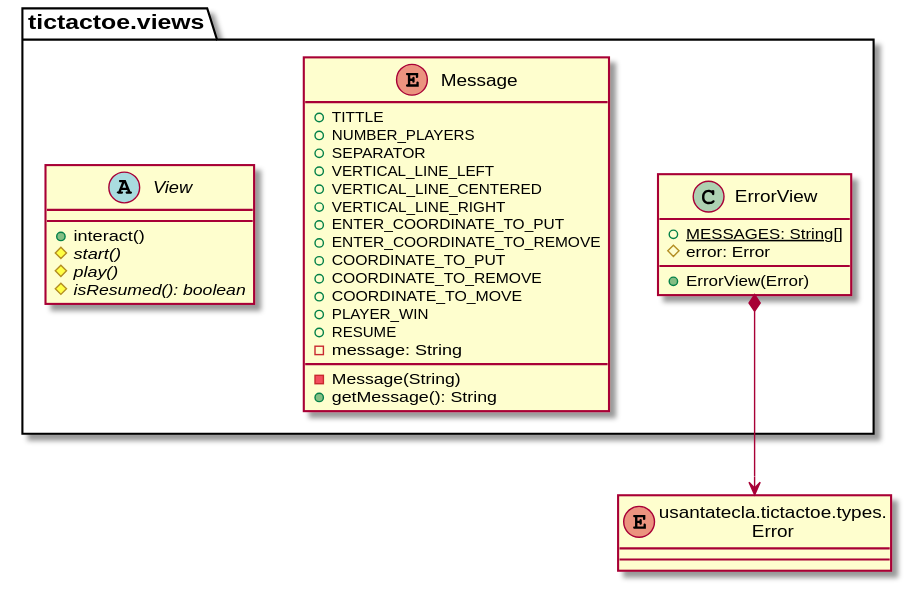
Earlier version of the PlantUML export modelViewPresenter/presentationModel/withFacade/docs/diagrams/out/paquetes/paqueteTicTactoeViews.svg (Jolucaa/USantaTecla-project-ticTacToe). Its diagram source:
```plantuml
@startuml
enum Error as "usantatecla.tictactoe.types.\nError" {}

class tictactoe.views.ErrorView{
  + {static} MESSAGES: String[]
  # error: Error
  + ErrorView(Error)
}
tictactoe.views.ErrorView *-down-> Error

enum tictactoe.views.Message{
  + TITTLE
  + NUMBER_PLAYERS
  + SEPARATOR
  + VERTICAL_LINE_LEFT
  + VERTICAL_LINE_CENTERED
  + VERTICAL_LINE_RIGHT
  + ENTER_COORDINATE_TO_PUT
  + ENTER_COORDINATE_TO_REMOVE
  + COORDINATE_TO_PUT
  + COORDINATE_TO_REMOVE
  + COORDINATE_TO_MOVE
  + PLAYER_WIN
  + RESUME
  - message: String
  - Message(String)
  + getMessage(): String
}

abstract class tictactoe.views.View {
  + interact()
  # {abstract} start()
  # {abstract} play()
  # {abstract} isResumed(): boolean
}
@enduml
```
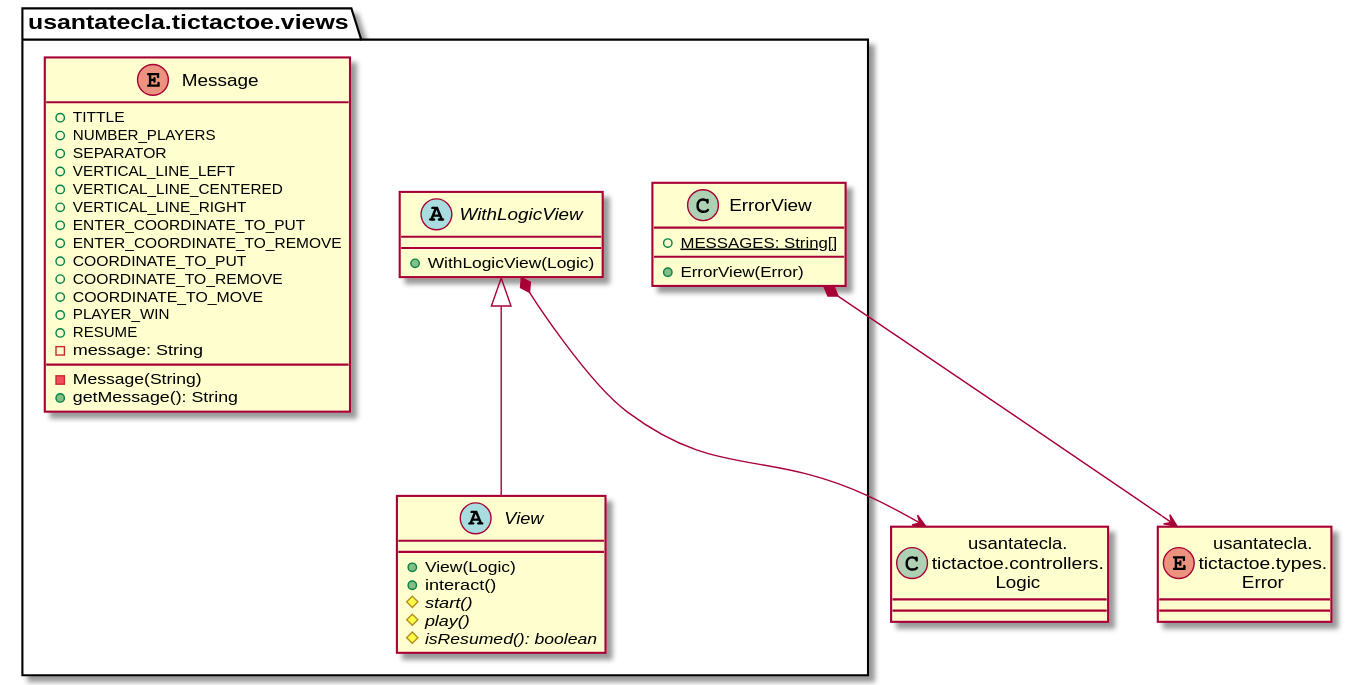
The same diagram one commit later.

Diff of the diagram source:
```diff
@@ -1,14 +1,14 @@
 @startuml
-enum Error as "usantatecla.tictactoe.types.\nError" {}
+enum Error as "usantatecla.\ntictactoe.types.\nError"
+class Logic as "usantatecla.\ntictactoe.controllers.\nLogic"
 
-class tictactoe.views.ErrorView{
+class usantatecla.tictactoe.views.ErrorView{
   + {static} MESSAGES: String[]
-  # error: Error
   + ErrorView(Error)
 }
-tictactoe.views.ErrorView *-down-> Error
+usantatecla.tictactoe.views.ErrorView *-down-> Error
 
-enum tictactoe.views.Message{
+enum usantatecla.tictactoe.views.Message{
   + TITTLE
   + NUMBER_PLAYERS
   + SEPARATOR
@@ -27,10 +27,17 @@
   + getMessage(): String
 }
 
-abstract class tictactoe.views.View {
+abstract class usantatecla.tictactoe.views.View {
+  + View(Logic)
   + interact()
   # {abstract} start()
   # {abstract} play()
   # {abstract} isResumed(): boolean
 }
+usantatecla.tictactoe.views.View -up-|> usantatecla.tictactoe.views.WithLogicView
+
+abstract class usantatecla.tictactoe.views.WithLogicView {
+  + WithLogicView(Logic)
+}
+usantatecla.tictactoe.views.WithLogicView *-down-> Logic
 @enduml
```
